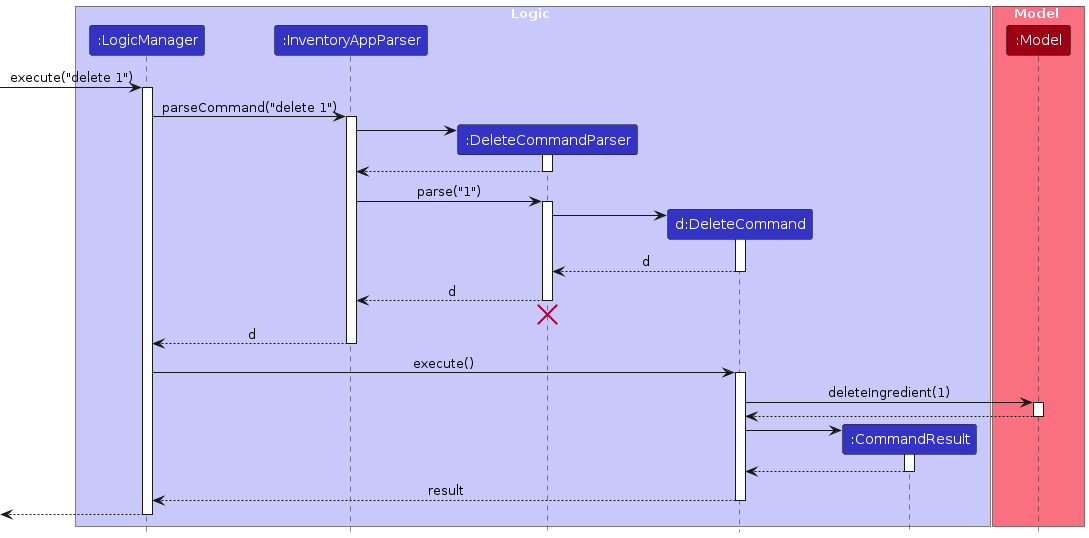
Earlier version of the PlantUML export diagrams/DeleteSequenceDiagram.png (prawnzyy/tp). Its source is kept beside it as diagrams/DeleteSequenceDiagram.puml.
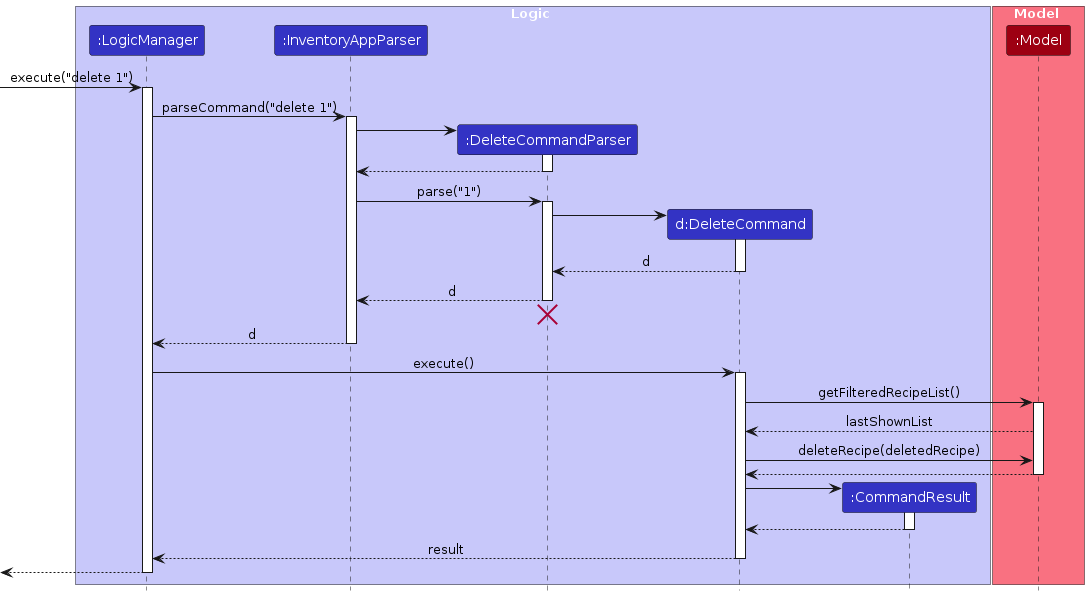
Later version of the same file.

The edit, as a diff of the source:
```diff
@@ -48,8 +48,13 @@
 LogicManager -> DeleteCommand : execute()
 activate DeleteCommand
 
-DeleteCommand -> Model : deleteIngredient(1)
+DeleteCommand -> Model : getFilteredRecipeList()
 activate Model
+
+Model --> DeleteCommand : lastShownList
+
+DeleteCommand -> Model : deleteRecipe(deletedRecipe)
+
 
 Model --> DeleteCommand
 deactivate Model
```
